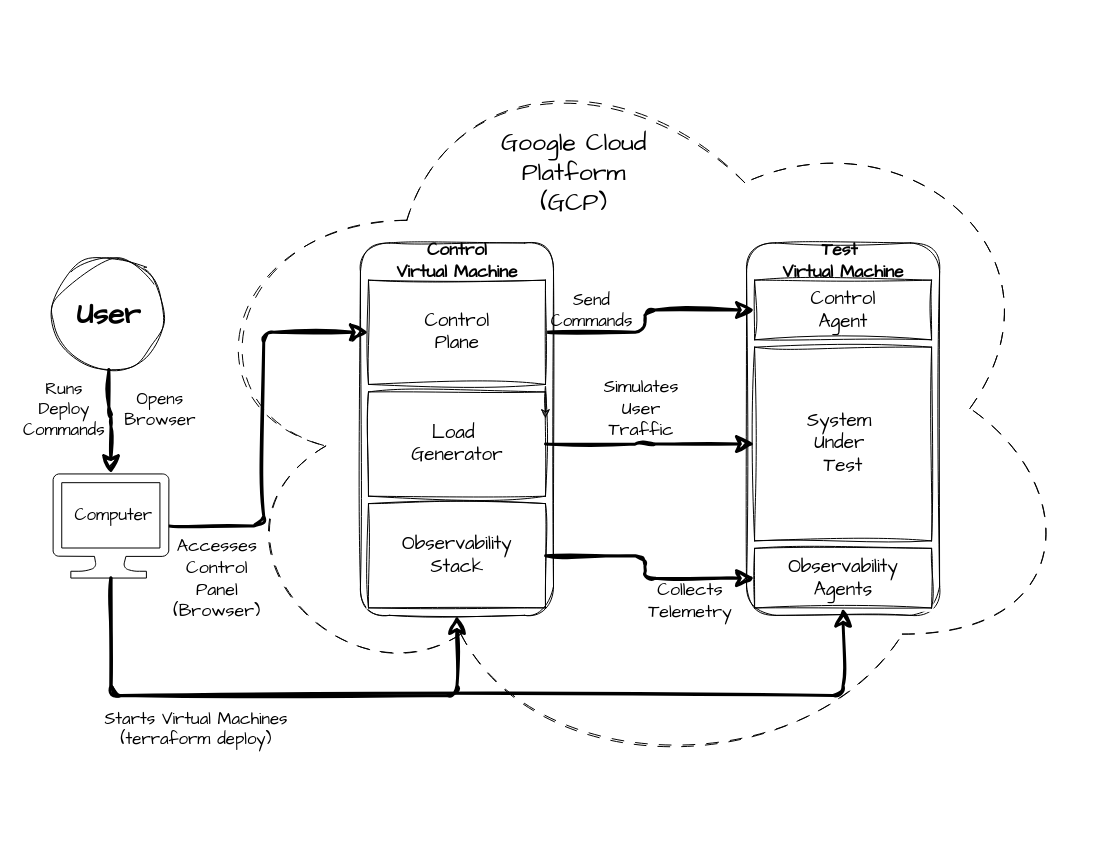
Earlier version of the draw.io diagram docs/simple-diagram.drawio (CharlesDDNoble/ObservaStack). Source tidied: cells renumbered, new cells numbered last; positions are measured from the earlier drawing's top-left corner, leaving out a move shared by most shapes. Both pictures are drawn from the tidied source at 99%, with x=0, y=0 at pixel (16, 32).
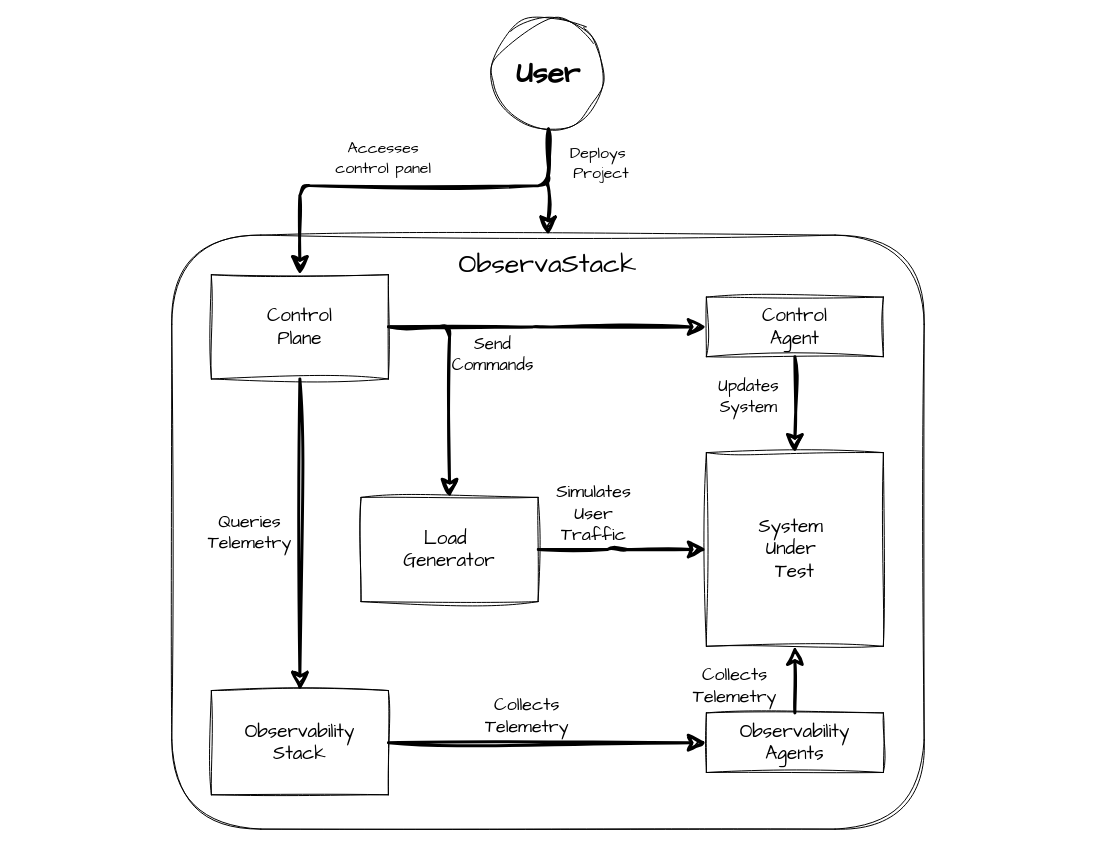
Above is the later version.

The edit, as a diff of the source:
```diff
@@
-    <mxCell id="2" style="group;" parent="1" vertex="1">
-      <mxGeometry x="27" width="1050" height="760" as="geometry" />
-    </mxCell>
-    <mxCell id="3" style="ellipse;shape=cloud;whiteSpace=wrap;html=1;fillColor=none;dashed=1;dashPattern=12 12;sketch=1;curveFitting=1;jiggle=2;rounded=1;labelBackgroundColor=none;" parent="2" vertex="1">
-      <mxGeometry x="139.9" width="910.1" height="760" as="geometry" />
-    </mxCell>
-    <mxCell id="4" style="rounded=1;whiteSpace=wrap;html=1;fillColor=none;sketch=1;curveFitting=1;jiggle=2;labelBackgroundColor=none;" parent="2" vertex="1">
-      <mxGeometry x="710.6" y="212.9" width="195" height="376.2" as="geometry" />
+    <mxCell id="4" style="rounded=1;whiteSpace=wrap;html=1;fillColor=none;sketch=1;curveFitting=1;jiggle=2;labelBackgroundColor=none;" parent="1" vertex="1">
+      <mxGeometry x="157" y="205" width="760" height="600" as="geometry" />
     </mxCell>
-    <mxCell id="5" style="rounded=1;whiteSpace=wrap;html=1;fillColor=none;sketch=1;curveFitting=1;jiggle=2;labelBackgroundColor=none;" parent="2" vertex="1">
-      <mxGeometry x="320.6" y="212.9" width="195" height="376.2" as="geometry" />
-    </mxCell>
-    <mxCell id="6" style="edgeStyle=orthogonalEdgeStyle;rounded=1;jettySize=auto;html=1;exitX=1;exitY=0.5;exitDx=0;exitDy=0;flowAnimation=0;sketch=1;curveFitting=1;jiggle=2;labelBackgroundColor=none;fontColor=default;strokeWidth=3;endSize=12;" parent="2" edge="1" source="7" target="14">
+    <mxCell id="6" style="edgeStyle=orthogonalEdgeStyle;rounded=1;jettySize=auto;html=1;exitX=1;exitY=0.5;exitDx=0;exitDy=0;flowAnimation=0;sketch=1;curveFitting=1;jiggle=2;labelBackgroundColor=none;fontColor=default;strokeWidth=3;endSize=12;" parent="1" edge="1" source="7" target="14">
       <mxGeometry relative="1" as="geometry" />
     </mxCell>
-    <mxCell id="7" value="&lt;font style=&quot;font-size: 19px;&quot;&gt;Observability&lt;/font&gt;&lt;div&gt;&lt;font style=&quot;font-size: 19px;&quot;&gt;Stack&lt;/font&gt;&lt;/div&gt;" style="rounded=0;whiteSpace=wrap;html=1;sketch=1;curveFitting=1;jiggle=2;labelBackgroundColor=none;align=center;verticalAlign=middle;fontFamily=Architects Daughter;fontSize=12;" parent="2" vertex="1">
-      <mxGeometry x="328.7" y="476.2" width="178.8" height="105.3" as="geometry" />
+    <mxCell id="7" value="&lt;font style=&quot;font-size: 19px;&quot;&gt;Observability&lt;/font&gt;&lt;div&gt;&lt;font style=&quot;font-size: 19px;&quot;&gt;Stack&lt;/font&gt;&lt;/div&gt;" style="rounded=0;whiteSpace=wrap;html=1;sketch=1;curveFitting=1;jiggle=2;labelBackgroundColor=none;align=center;verticalAlign=middle;fontFamily=Architects Daughter;fontSize=12;" parent="1" vertex="1">
+      <mxGeometry x="197" y="665" width="178.8" height="105.3" as="geometry" />
     </mxCell>
-    <mxCell id="8" style="edgeStyle=orthogonalEdgeStyle;rounded=1;jettySize=auto;html=1;exitX=1;exitY=0.5;exitDx=0;exitDy=0;entryX=0;entryY=0.5;entryDx=0;entryDy=0;sketch=1;curveFitting=1;jiggle=2;labelBackgroundColor=none;fontColor=default;strokeWidth=3;endSize=12;" parent="2" edge="1" source="9" target="15">
+    <mxCell id="8" style="edgeStyle=orthogonalEdgeStyle;rounded=1;jettySize=auto;html=1;exitX=1;exitY=0.5;exitDx=0;exitDy=0;entryX=0;entryY=0.5;entryDx=0;entryDy=0;sketch=1;curveFitting=1;jiggle=2;labelBackgroundColor=none;fontColor=default;strokeWidth=3;endSize=12;" parent="1" edge="1" source="9" target="15">
       <mxGeometry relative="1" as="geometry" />
     </mxCell>
-    <mxCell id="9" value="&lt;font style=&quot;font-size: 19px;&quot;&gt;Load&amp;nbsp;&lt;/font&gt;&lt;div&gt;&lt;font style=&quot;font-size: 19px;&quot;&gt;Generator&lt;/font&gt;&lt;/div&gt;" style="rounded=0;whiteSpace=wrap;html=1;sketch=1;curveFitting=1;jiggle=2;labelBackgroundColor=none;align=center;verticalAlign=middle;fontFamily=Architects Daughter;fontSize=12;" parent="2" vertex="1">
-      <mxGeometry x="328.7" y="363.4" width="178.8" height="105.3" as="geometry" />
+    <mxCell id="9" value="&lt;font style=&quot;font-size: 19px;&quot;&gt;Load&amp;nbsp;&lt;/font&gt;&lt;div&gt;&lt;font style=&quot;font-size: 19px;&quot;&gt;Generator&lt;/font&gt;&lt;/div&gt;" style="rounded=0;whiteSpace=wrap;html=1;sketch=1;curveFitting=1;jiggle=2;labelBackgroundColor=none;align=center;verticalAlign=middle;fontFamily=Architects Daughter;fontSize=12;" parent="1" vertex="1">
+      <mxGeometry x="348.2" y="469.9" width="178.8" height="105.3" as="geometry" />
     </mxCell>
-    <mxCell id="10" style="edgeStyle=orthogonalEdgeStyle;rounded=1;jettySize=auto;html=1;exitX=1;exitY=0.5;exitDx=0;exitDy=0;sketch=1;curveFitting=1;jiggle=2;labelBackgroundColor=none;fontColor=default;strokeWidth=3;endSize=12;" parent="2" edge="1" source="12" target="13">
+    <mxCell id="10" style="edgeStyle=orthogonalEdgeStyle;rounded=1;jettySize=auto;html=1;exitX=1;exitY=0.5;exitDx=0;exitDy=0;sketch=1;curveFitting=1;jiggle=2;labelBackgroundColor=none;fontColor=default;strokeWidth=3;endSize=12;" parent="1" edge="1" source="12" target="13">
       <mxGeometry relative="1" as="geometry" />
     </mxCell>
-    <mxCell id="11" style="edgeStyle=orthogonalEdgeStyle;rounded=0;sketch=1;hachureGap=4;jiggle=2;curveFitting=1;jettySize=auto;html=1;exitX=1;exitY=1;exitDx=0;exitDy=0;entryX=1;entryY=0.25;entryDx=0;entryDy=0;fontFamily=Architects Daughter;" parent="2" edge="1" source="12" target="9">
-      <mxGeometry relative="1" as="geometry" />
-    </mxCell>
-    <mxCell id="12" value="&lt;font style=&quot;font-size: 19px;&quot;&gt;Control&lt;/font&gt;&lt;div&gt;&lt;font style=&quot;font-size: 19px;&quot;&gt;Plane&lt;/font&gt;&lt;/div&gt;" style="rounded=0;whiteSpace=wrap;html=1;sketch=1;curveFitting=1;jiggle=2;labelBackgroundColor=none;align=center;verticalAlign=middle;fontFamily=Architects Daughter;fontSize=12;" parent="2" vertex="1">
-      <mxGeometry x="328.7" y="250.5" width="178.8" height="105.3" as="geometry" />
+    <mxCell id="12" value="&lt;font style=&quot;font-size: 19px;&quot;&gt;Control&lt;/font&gt;&lt;div&gt;&lt;font style=&quot;font-size: 19px;&quot;&gt;Plane&lt;/font&gt;&lt;/div&gt;" style="rounded=0;whiteSpace=wrap;html=1;sketch=1;curveFitting=1;jiggle=2;labelBackgroundColor=none;align=center;verticalAlign=middle;fontFamily=Architects Daughter;fontSize=12;" parent="1" vertex="1">
+      <mxGeometry x="197" y="245" width="178.8" height="105.3" as="geometry" />
     </mxCell>
-    <mxCell id="13" value="&lt;font style=&quot;font-size: 19px;&quot;&gt;Control&lt;/font&gt;&lt;div&gt;&lt;font style=&quot;font-size: 19px;&quot;&gt;Agent&lt;/font&gt;&lt;/div&gt;" style="rounded=0;whiteSpace=wrap;html=1;sketch=1;curveFitting=1;jiggle=2;labelBackgroundColor=none;align=center;verticalAlign=middle;fontFamily=Architects Daughter;fontSize=12;" parent="2" vertex="1">
-      <mxGeometry x="718.7" y="250.5" width="178.8" height="60.2" as="geometry" />
+    <mxCell id="13" value="&lt;font style=&quot;font-size: 19px;&quot;&gt;Control&lt;/font&gt;&lt;div&gt;&lt;font style=&quot;font-size: 19px;&quot;&gt;Agent&lt;/font&gt;&lt;/div&gt;" style="rounded=0;whiteSpace=wrap;html=1;sketch=1;curveFitting=1;jiggle=2;labelBackgroundColor=none;align=center;verticalAlign=middle;fontFamily=Architects Daughter;fontSize=12;" parent="1" vertex="1">
+      <mxGeometry x="697" y="267.6" width="178.8" height="60.2" as="geometry" />
     </mxCell>
-    <mxCell id="14" value="&lt;font style=&quot;font-size: 19px;&quot;&gt;Observability&lt;/font&gt;&lt;div&gt;&lt;font style=&quot;font-size: 19px;&quot;&gt;Agents&lt;/font&gt;&lt;/div&gt;" style="rounded=0;whiteSpace=wrap;html=1;sketch=1;curveFitting=1;jiggle=2;labelBackgroundColor=none;align=center;verticalAlign=middle;fontFamily=Architects Daughter;fontSize=12;" parent="2" vertex="1">
-      <mxGeometry x="718.7" y="521.4" width="178.8" height="60.2" as="geometry" />
+    <mxCell id="14" value="&lt;font style=&quot;font-size: 19px;&quot;&gt;Observability&lt;/font&gt;&lt;div&gt;&lt;font style=&quot;font-size: 19px;&quot;&gt;Agents&lt;/font&gt;&lt;/div&gt;" style="rounded=0;whiteSpace=wrap;html=1;sketch=1;curveFitting=1;jiggle=2;labelBackgroundColor=none;align=center;verticalAlign=middle;fontFamily=Architects Daughter;fontSize=12;" parent="1" vertex="1">
+      <mxGeometry x="697" y="687.6" width="178.8" height="60.2" as="geometry" />
     </mxCell>
-    <mxCell id="15" value="&lt;font style=&quot;font-size: 19px;&quot;&gt;System&amp;nbsp;&lt;/font&gt;&lt;div&gt;&lt;font style=&quot;font-size: 19px;&quot;&gt;Under&amp;nbsp;&lt;/font&gt;&lt;/div&gt;&lt;div&gt;&lt;font style=&quot;font-size: 19px;&quot;&gt;Test&lt;br&gt;&lt;/font&gt;&lt;/div&gt;" style="rounded=0;whiteSpace=wrap;html=1;sketch=1;curveFitting=1;jiggle=2;labelBackgroundColor=none;align=center;verticalAlign=middle;fontFamily=Architects Daughter;fontSize=12;" parent="2" vertex="1">
-      <mxGeometry x="718.7" y="318.2" width="178.8" height="195.6" as="geometry" />
+    <mxCell id="15" value="&lt;font style=&quot;font-size: 19px;&quot;&gt;System&amp;nbsp;&lt;/font&gt;&lt;div&gt;&lt;font style=&quot;font-size: 19px;&quot;&gt;Under&amp;nbsp;&lt;/font&gt;&lt;/div&gt;&lt;div&gt;&lt;font style=&quot;font-size: 19px;&quot;&gt;Test&lt;br&gt;&lt;/font&gt;&lt;/div&gt;" style="rounded=0;whiteSpace=wrap;html=1;sketch=1;curveFitting=1;jiggle=2;labelBackgroundColor=none;align=center;verticalAlign=middle;fontFamily=Architects Daughter;fontSize=12;" parent="1" vertex="1">
+      <mxGeometry x="697" y="424.7" width="178.8" height="195.6" as="geometry" />
     </mxCell>
-    <mxCell id="16" value="&lt;font&gt;Send Commands&lt;/font&gt;" style="text;html=1;whiteSpace=wrap;strokeColor=none;fillColor=none;align=center;verticalAlign=middle;rounded=1;sketch=1;curveFitting=1;jiggle=2;labelBackgroundColor=none;fontFamily=Architects Daughter;fontSize=17;" parent="2" vertex="1">
-      <mxGeometry x="530" y="269.3" width="48.8" height="22.6" as="geometry" />
+    <mxCell id="16" value="&lt;font&gt;Send Commands&lt;/font&gt;" style="text;html=1;whiteSpace=wrap;strokeColor=none;fillColor=none;align=center;verticalAlign=middle;rounded=1;sketch=1;curveFitting=1;jiggle=2;labelBackgroundColor=none;fontFamily=Architects Daughter;fontSize=17;" parent="1" vertex="1">
+      <mxGeometry x="457" y="315" width="48.8" height="22.6" as="geometry" />
     </mxCell>
-    <mxCell id="17" value="&lt;font&gt;Simulates&lt;br&gt;User Traffic&lt;/font&gt;" style="text;html=1;whiteSpace=wrap;strokeColor=none;fillColor=none;align=center;verticalAlign=middle;rounded=1;sketch=1;curveFitting=1;jiggle=2;labelBackgroundColor=none;fontFamily=Architects Daughter;fontSize=18;" parent="2" vertex="1">
-      <mxGeometry x="558.2" y="368.7" width="93.4" height="22.6" as="geometry" />
+    <mxCell id="17" value="&lt;font&gt;Simulates&lt;br&gt;User Traffic&lt;/font&gt;" style="text;html=1;whiteSpace=wrap;strokeColor=none;fillColor=none;align=center;verticalAlign=middle;rounded=1;sketch=1;curveFitting=1;jiggle=2;labelBackgroundColor=none;fontFamily=Architects Daughter;fontSize=18;" parent="1" vertex="1">
+      <mxGeometry x="537" y="475" width="93.4" height="22.6" as="geometry" />
     </mxCell>
-    <mxCell id="18" value="&lt;font&gt;Collects&lt;/font&gt;&lt;div&gt;Telemetry&lt;/div&gt;" style="text;html=1;whiteSpace=wrap;strokeColor=none;fillColor=none;align=center;verticalAlign=middle;rounded=1;sketch=1;curveFitting=1;jiggle=2;labelBackgroundColor=none;fontFamily=Architects Daughter;fontSize=18;" parent="2" vertex="1">
-      <mxGeometry x="605" y="559" width="97.5" height="30.1" as="geometry" />
+    <mxCell id="18" value="&lt;font&gt;Collects&lt;/font&gt;&lt;div&gt;Telemetry&lt;/div&gt;" style="text;html=1;whiteSpace=wrap;strokeColor=none;fillColor=none;align=center;verticalAlign=middle;rounded=1;sketch=1;curveFitting=1;jiggle=2;labelBackgroundColor=none;fontFamily=Architects Daughter;fontSize=18;" parent="1" vertex="1">
+      <mxGeometry x="467" y="675" width="97.5" height="30.1" as="geometry" />
     </mxCell>
-    <mxCell id="19" style="edgeStyle=orthogonalEdgeStyle;rounded=1;jettySize=auto;html=1;exitX=1;exitY=0.5;exitDx=0;exitDy=0;sketch=1;curveFitting=1;jiggle=2;labelBackgroundColor=none;fontColor=default;strokeWidth=3;endSize=12;entryX=0;entryY=0.5;entryDx=0;entryDy=0;shadow=0;exitPerimeter=0;" parent="2" edge="1" source="24" target="12">
-      <mxGeometry relative="1" as="geometry" />
-    </mxCell>
-    <mxCell id="20" value="&lt;h1&gt;&lt;font style=&quot;font-size: 30px;&quot;&gt;User&lt;/font&gt;&lt;/h1&gt;" style="ellipse;whiteSpace=wrap;html=1;sketch=1;curveFitting=1;jiggle=2;rounded=0;labelBackgroundColor=none;fillColor=none;align=center;verticalAlign=middle;fontFamily=Architects Daughter;fontSize=12;" parent="2" vertex="1">
-      <mxGeometry x="10" y="227.9" width="112.9" height="112.9" as="geometry" />
+    <mxCell id="20" value="&lt;h1&gt;&lt;font style=&quot;font-size: 30px;&quot;&gt;User&lt;/font&gt;&lt;/h1&gt;" style="ellipse;whiteSpace=wrap;html=1;sketch=1;curveFitting=1;jiggle=2;rounded=0;labelBackgroundColor=none;fillColor=none;align=center;verticalAlign=middle;fontFamily=Architects Daughter;fontSize=12;" parent="1" vertex="1">
+      <mxGeometry x="481" y="-15" width="112.9" height="112.9" as="geometry" />
     </mxCell>
-    <mxCell id="21" value="&lt;h3&gt;Test&amp;nbsp;&lt;br&gt;Virtual Machine&lt;/h3&gt;" style="text;html=1;whiteSpace=wrap;strokeColor=none;fillColor=none;align=center;verticalAlign=middle;rounded=1;sketch=1;curveFitting=1;jiggle=2;labelBackgroundColor=none;fontFamily=Architects Daughter;fontSize=15;" parent="2" vertex="1">
-      <mxGeometry x="740.6" y="220.4" width="135" height="22.6" as="geometry" />
-    </mxCell>
-    <mxCell id="22" value="&lt;h3&gt;Control&lt;br&gt;Virtual Machine&lt;/h3&gt;" style="text;html=1;whiteSpace=wrap;strokeColor=none;fillColor=none;align=center;verticalAlign=middle;rounded=1;sketch=1;curveFitting=1;jiggle=2;labelBackgroundColor=none;fontFamily=Architects Daughter;fontSize=15;" parent="2" vertex="1">
-      <mxGeometry x="350.6" y="220.4" width="135" height="22.6" as="geometry" />
-    </mxCell>
-    <mxCell id="23" value="&lt;font style=&quot;font-size: 25px;&quot;&gt;Google Cloud Platform (GCP)&lt;/font&gt;&lt;div&gt;&lt;br&gt;&lt;/div&gt;" style="text;html=1;whiteSpace=wrap;strokeColor=none;fillColor=none;align=center;verticalAlign=middle;rounded=0;fontFamily=Architects Daughter;labelBackgroundColor=none;" parent="2" vertex="1">
-      <mxGeometry x="455" y="105" width="162.5" height="90.3" as="geometry" />
-    </mxCell>
-    <mxCell id="24" style="sketch=0;shadow=0;dashed=0;html=1;labelPosition=center;verticalLabelPosition=bottom;verticalAlign=top;align=center;shape=mxgraph.azure.computer;rounded=0;fontFamily=Architects Daughter;fontSize=12;labelBackgroundColor=none;" parent="2" vertex="1">
-      <mxGeometry x="10" y="446.1" width="117.1" height="105.3" as="geometry" />
-    </mxCell>
-    <mxCell id="25" style="edgeStyle=orthogonalEdgeStyle;rounded=1;jettySize=auto;html=1;exitX=0.5;exitY=1;exitDx=0;exitDy=0;sketch=1;curveFitting=1;jiggle=2;labelBackgroundColor=none;fontColor=default;strokeWidth=3;endSize=12;entryX=0.5;entryY=0;entryDx=0;entryDy=0;shadow=0;entryPerimeter=0;" parent="2" edge="1" source="20" target="24">
-      <mxGeometry relative="1" as="geometry" />
-    </mxCell>
-    <mxCell id="26" value="&lt;div&gt;&lt;span style=&quot;background-color: transparent; color: light-dark(rgb(0, 0, 0), rgb(255, 255, 255));&quot;&gt;Opens&lt;/span&gt;&lt;/div&gt;&lt;div&gt;&lt;font&gt;Browser&lt;br&gt;&lt;/font&gt;&lt;/div&gt;" style="text;html=1;whiteSpace=wrap;strokeColor=none;fillColor=none;align=center;verticalAlign=middle;rounded=1;sketch=1;curveFitting=1;jiggle=2;labelBackgroundColor=none;fontFamily=Architects Daughter;fontSize=17;" parent="2" vertex="1">
-      <mxGeometry x="70" y="345" width="96.9" height="71" as="geometry" />
-    </mxCell>
-    <mxCell id="27" value="Accesses&lt;div&gt;Control Panel&lt;/div&gt;&lt;div&gt;(Browser)&lt;/div&gt;" style="text;html=1;whiteSpace=wrap;strokeColor=none;fillColor=none;align=center;verticalAlign=middle;rounded=1;sketch=1;curveFitting=1;jiggle=2;labelBackgroundColor=none;fontFamily=Architects Daughter;fontSize=18;" parent="2" vertex="1">
-      <mxGeometry x="127.1" y="509.8" width="98.1" height="83.4" as="geometry" />
-    </mxCell>
-    <mxCell id="28" value="Computer" style="text;html=1;whiteSpace=wrap;strokeColor=none;fillColor=none;align=center;verticalAlign=middle;rounded=1;sketch=1;curveFitting=1;jiggle=2;labelBackgroundColor=none;fontFamily=Architects Daughter;fontSize=17;" parent="2" vertex="1">
-      <mxGeometry x="46.6" y="476.2" width="48.8" height="22.6" as="geometry" />
-    </mxCell>
-    <mxCell id="29" style="edgeStyle=orthogonalEdgeStyle;rounded=1;jettySize=auto;html=1;exitX=0.5;exitY=1;exitDx=0;exitDy=0;sketch=1;curveFitting=1;jiggle=2;labelBackgroundColor=none;fontColor=default;strokeWidth=3;endSize=12;entryX=0.5;entryY=1;entryDx=0;entryDy=0;shadow=0;exitPerimeter=0;" parent="2" edge="1" source="24" target="14">
-      <mxGeometry relative="1" as="geometry">
-        <Array as="points">
-          <mxPoint x="68" y="670" />
-          <mxPoint x="808" y="670" />
-        </Array>
-      </mxGeometry>
-    </mxCell>
-    <mxCell id="30" style="edgeStyle=orthogonalEdgeStyle;rounded=1;jettySize=auto;html=1;exitX=0.5;exitY=1;exitDx=0;exitDy=0;sketch=1;curveFitting=1;jiggle=2;labelBackgroundColor=none;fontColor=default;strokeWidth=3;endSize=12;shadow=0;exitPerimeter=0;entryX=0.5;entryY=1;entryDx=0;entryDy=0;" parent="2" edge="1" source="24" target="5">
-      <mxGeometry relative="1" as="geometry">
-        <Array as="points">
-          <mxPoint x="68" y="670" />
-          <mxPoint x="418" y="670" />
-        </Array>
-      </mxGeometry>
-    </mxCell>
-    <mxCell id="31" value="Starts Virtual Machines&lt;br&gt;(terraform deploy)" style="text;html=1;whiteSpace=wrap;strokeColor=none;fillColor=none;align=center;verticalAlign=middle;rounded=1;sketch=1;curveFitting=1;jiggle=2;labelBackgroundColor=none;fontFamily=Architects Daughter;fontSize=17;arcSize=50;" parent="2" vertex="1">
-      <mxGeometry x="60" y="687.4" width="190" height="32.6" as="geometry" />
-    </mxCell>
-    <mxCell id="32" value="&lt;div&gt;&lt;span style=&quot;background-color: transparent; color: light-dark(rgb(0, 0, 0), rgb(255, 255, 255));&quot;&gt;Runs Deploy Commands&lt;/span&gt;&lt;/div&gt;" style="text;html=1;whiteSpace=wrap;strokeColor=none;fillColor=none;align=center;verticalAlign=middle;rounded=1;sketch=1;curveFitting=1;jiggle=2;labelBackgroundColor=none;fontFamily=Architects Daughter;fontSize=17;" parent="2" vertex="1">
-      <mxGeometry x="-26.9" y="345" width="96.9" height="71" as="geometry" />
-    </mxCell>
+    <mxCell id="33" style="edgeStyle=orthogonalEdgeStyle;rounded=1;jettySize=auto;html=1;sketch=1;curveFitting=1;jiggle=2;labelBackgroundColor=none;fontColor=default;strokeWidth=3;endSize=12;shadow=0;entryX=0.5;entryY=0;entryDx=0;entryDy=0;exitX=0.5;exitY=1;exitDx=0;exitDy=0;" parent="1" edge="1" source="20" target="4">
+      <mxGeometry relative="1" as="geometry" />
+    </mxCell>
+    <mxCell id="34" style="edgeStyle=orthogonalEdgeStyle;rounded=1;jettySize=auto;html=1;sketch=1;curveFitting=1;jiggle=2;labelBackgroundColor=none;fontColor=default;strokeWidth=3;endSize=12;shadow=0;entryX=0.5;entryY=0;entryDx=0;entryDy=0;exitX=0.5;exitY=1;exitDx=0;exitDy=0;" parent="1" edge="1" source="20" target="12">
+      <mxGeometry relative="1" as="geometry">
+        <Array as="points">
+          <mxPoint x="537" y="155" />
+          <mxPoint x="286" y="155" />
+        </Array>
+      </mxGeometry>
+    </mxCell>
+    <mxCell id="35" value="&lt;font style=&quot;font-size: 27px;&quot;&gt;ObservaStack&lt;/font&gt;" style="text;html=1;whiteSpace=wrap;strokeColor=none;fillColor=none;align=center;verticalAlign=middle;rounded=0;fontFamily=Architects Daughter;" parent="1" vertex="1">
+      <mxGeometry x="447" y="205" width="180" height="60" as="geometry" />
+    </mxCell>
+    <mxCell id="36" value="&lt;font style=&quot;font-size: 16px;&quot;&gt;Deploys&amp;nbsp;&lt;/font&gt;&lt;div&gt;&lt;font style=&quot;font-size: 16px;&quot;&gt;Project&lt;/font&gt;&lt;/div&gt;" style="text;html=1;whiteSpace=wrap;strokeColor=none;fillColor=none;align=center;verticalAlign=middle;rounded=0;fontFamily=Architects Daughter;" parent="1" vertex="1">
+      <mxGeometry x="537" y="97.9" width="107.5" height="70" as="geometry" />
+    </mxCell>
+    <mxCell id="37" value="&lt;span style=&quot;font-size: 16px;&quot;&gt;Accesses control panel&lt;/span&gt;" style="text;html=1;whiteSpace=wrap;strokeColor=none;fillColor=none;align=center;verticalAlign=middle;rounded=0;fontFamily=Architects Daughter;" parent="1" vertex="1">
+      <mxGeometry x="317" y="97.9" width="107.5" height="60" as="geometry" />
+    </mxCell>
+    <mxCell id="38" style="edgeStyle=orthogonalEdgeStyle;rounded=1;jettySize=auto;html=1;sketch=1;curveFitting=1;jiggle=2;labelBackgroundColor=none;fontColor=default;strokeWidth=3;endSize=12;shadow=0;entryX=0.5;entryY=0;entryDx=0;entryDy=0;exitX=0.5;exitY=1;exitDx=0;exitDy=0;" parent="1" edge="1" source="12" target="7">
+      <mxGeometry relative="1" as="geometry" />
+    </mxCell>
+    <mxCell id="11" style="edgeStyle=orthogonalEdgeStyle;rounded=1;jettySize=auto;html=1;sketch=1;curveFitting=1;jiggle=2;labelBackgroundColor=none;fontColor=default;strokeWidth=3;endSize=12;shadow=0;exitX=1;exitY=0.5;exitDx=0;exitDy=0;" parent="1" edge="1" source="12" target="9">
+      <mxGeometry relative="1" as="geometry" />
+    </mxCell>
+    <mxCell id="39" style="edgeStyle=orthogonalEdgeStyle;rounded=1;jettySize=auto;html=1;exitX=0.5;exitY=0;exitDx=0;exitDy=0;flowAnimation=0;sketch=1;curveFitting=1;jiggle=2;labelBackgroundColor=none;fontColor=default;strokeWidth=3;endSize=12;entryX=0.5;entryY=1;entryDx=0;entryDy=0;" parent="1" edge="1" source="14" target="15">
+      <mxGeometry relative="1" as="geometry" />
+    </mxCell>
+    <mxCell id="40" value="&lt;font&gt;Collects&lt;/font&gt;&lt;div&gt;Telemetry&lt;/div&gt;" style="text;html=1;whiteSpace=wrap;strokeColor=none;fillColor=none;align=center;verticalAlign=middle;rounded=1;sketch=1;curveFitting=1;jiggle=2;labelBackgroundColor=none;fontFamily=Architects Daughter;fontSize=18;" parent="1" vertex="1">
+      <mxGeometry x="677" y="644.9" width="97.5" height="30.1" as="geometry" />
+    </mxCell>
+    <mxCell id="41" style="edgeStyle=orthogonalEdgeStyle;rounded=1;jettySize=auto;html=1;sketch=1;curveFitting=1;jiggle=2;labelBackgroundColor=none;fontColor=default;strokeWidth=3;endSize=12;shadow=0;exitX=0.5;exitY=1;exitDx=0;exitDy=0;" parent="1" edge="1" source="13" target="15">
+      <mxGeometry relative="1" as="geometry" />
+    </mxCell>
+    <mxCell id="42" value="Updates System" style="text;html=1;whiteSpace=wrap;strokeColor=none;fillColor=none;align=center;verticalAlign=middle;rounded=1;sketch=1;curveFitting=1;jiggle=2;labelBackgroundColor=none;fontFamily=Architects Daughter;fontSize=17;" parent="1" vertex="1">
+      <mxGeometry x="714.5" y="357" width="50" height="22.6" as="geometry" />
+    </mxCell>
+    <mxCell id="43" value="Queries&lt;div&gt;Telemetry&lt;/div&gt;" style="text;html=1;whiteSpace=wrap;strokeColor=none;fillColor=none;align=center;verticalAlign=middle;rounded=1;sketch=1;curveFitting=1;jiggle=2;labelBackgroundColor=none;fontFamily=Architects Daughter;fontSize=18;" parent="1" vertex="1">
+      <mxGeometry x="187" y="489.9" width="97.5" height="30.1" as="geometry" />
+    </mxCell>
```
